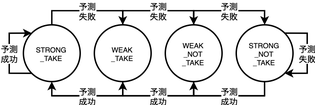
kuanyi-ng/rv32i-processor keeps this draw.io diagram as doc/latex/images/predictor-state-transition.png. Above is the earlier version. Source tidied: cells renumbered, new cells last; positions are measured from the earlier drawing's top-left corner, leaving out a move shared by most shapes. The source it was exported from:
```xml
<mxGraphModel>
  <root>
    <mxCell id="0" />
    <mxCell id="1" parent="0" />
    <mxCell id="2" value="予測&lt;br&gt;失敗" style="rounded=0;jettySize=auto;html=1;fontSize=6;startArrow=none;startFill=0;startSize=3;endSize=3;edgeStyle=orthogonalEdgeStyle;entryX=0.5;entryY=0;entryDx=0;entryDy=0;" parent="1" edge="1" source="3" target="4">
      <mxGeometry relative="1" as="geometry">
        <Array as="points">
          <mxPoint x="30" />
          <mxPoint x="80" />
        </Array>
      </mxGeometry>
    </mxCell>
    <mxCell id="3" value="STRONG&lt;br style=&quot;font-size: 5px;&quot;&gt;_TAKE" style="ellipse;whiteSpace=wrap;html=1;fontSize=5;align=center;verticalAlign=middle;" parent="1" vertex="1">
      <mxGeometry x="10" y="10" width="40" height="40" as="geometry" />
    </mxCell>
    <mxCell id="4" value="WEAK&lt;br style=&quot;font-size: 5px;&quot;&gt;_TAKE" style="ellipse;whiteSpace=wrap;html=1;fontSize=5;align=center;verticalAlign=middle;" parent="1" vertex="1">
      <mxGeometry x="60" y="10" width="40" height="40" as="geometry" />
    </mxCell>
    <mxCell id="5" value="WEAK&lt;br style=&quot;font-size: 5px;&quot;&gt;_NOT&lt;br style=&quot;font-size: 5px;&quot;&gt;_TAKE" style="ellipse;whiteSpace=wrap;html=1;fontSize=5;align=center;verticalAlign=middle;" parent="1" vertex="1">
      <mxGeometry x="110" y="10" width="40" height="40" as="geometry" />
    </mxCell>
    <mxCell id="6" value="STRONG&lt;br style=&quot;font-size: 5px;&quot;&gt;_NOT&lt;br style=&quot;font-size: 5px;&quot;&gt;_TAKE" style="ellipse;whiteSpace=wrap;html=1;fontSize=5;align=center;verticalAlign=middle;" parent="1" vertex="1">
      <mxGeometry x="160" y="10" width="40" height="40" as="geometry" />
    </mxCell>
    <mxCell id="7" value="予測&lt;br&gt;失敗" style="rounded=0;orthogonalLoop=1;jettySize=auto;html=1;fontSize=6;startArrow=none;startFill=0;startSize=3;endSize=3;exitX=1;exitY=0;exitDx=0;exitDy=0;edgeStyle=orthogonalEdgeStyle;entryX=1;entryY=1;entryDx=0;entryDy=0;" parent="1" edge="1" source="6" target="6">
      <mxGeometry relative="1" as="geometry">
        <Array as="points">
          <mxPoint x="210" y="16" />
          <mxPoint x="210" y="44" />
        </Array>
      </mxGeometry>
    </mxCell>
    <mxCell id="8" value="予測&lt;br&gt;成功" style="rounded=0;orthogonalLoop=1;jettySize=auto;html=1;fontSize=6;startArrow=none;startFill=0;startSize=3;endSize=3;exitX=0;exitY=1;exitDx=0;exitDy=0;edgeStyle=orthogonalEdgeStyle;entryX=0;entryY=0;entryDx=0;entryDy=0;" parent="1" edge="1" source="3" target="3">
      <mxGeometry relative="1" as="geometry">
        <Array as="points">
          <mxPoint y="44" />
          <mxPoint y="16" />
        </Array>
      </mxGeometry>
    </mxCell>
    <mxCell id="9" value="予測&lt;br&gt;失敗" style="rounded=0;jettySize=auto;html=1;fontSize=6;startArrow=none;startFill=0;startSize=3;endSize=3;edgeStyle=orthogonalEdgeStyle;entryX=0.5;entryY=0;entryDx=0;entryDy=0;exitX=0.5;exitY=0;exitDx=0;exitDy=0;" parent="1" edge="1" source="4" target="5">
      <mxGeometry relative="1" as="geometry">
        <Array as="points">
          <mxPoint x="80" />
          <mxPoint x="130" />
        </Array>
      </mxGeometry>
    </mxCell>
    <mxCell id="10" value="予測&lt;br&gt;失敗" style="rounded=0;jettySize=auto;html=1;fontSize=6;startArrow=none;startFill=0;startSize=3;endSize=3;edgeStyle=orthogonalEdgeStyle;entryX=0.5;entryY=0;entryDx=0;entryDy=0;exitX=0.5;exitY=0;exitDx=0;exitDy=0;" parent="1" edge="1" source="5" target="6">
      <mxGeometry relative="1" as="geometry">
        <Array as="points">
          <mxPoint x="130" />
          <mxPoint x="180" />
        </Array>
      </mxGeometry>
    </mxCell>
    <mxCell id="11" value="予測&lt;br&gt;成功" style="rounded=0;jettySize=auto;html=1;fontSize=6;startArrow=none;startFill=0;startSize=3;endSize=3;edgeStyle=orthogonalEdgeStyle;entryX=0.5;entryY=1;entryDx=0;entryDy=0;exitX=0.5;exitY=1;exitDx=0;exitDy=0;" parent="1" edge="1" source="6" target="5">
      <mxGeometry relative="1" as="geometry">
        <Array as="points">
          <mxPoint x="180" y="60" />
          <mxPoint x="130" y="60" />
        </Array>
      </mxGeometry>
    </mxCell>
    <mxCell id="12" value="予測&lt;br&gt;成功" style="rounded=0;jettySize=auto;html=1;fontSize=6;startArrow=none;startFill=0;startSize=3;endSize=3;edgeStyle=orthogonalEdgeStyle;entryX=0.5;entryY=1;entryDx=0;entryDy=0;exitX=0.5;exitY=1;exitDx=0;exitDy=0;" parent="1" edge="1" source="5" target="4">
      <mxGeometry relative="1" as="geometry">
        <Array as="points">
          <mxPoint x="130" y="60" />
          <mxPoint x="80" y="60" />
        </Array>
      </mxGeometry>
    </mxCell>
    <mxCell id="13" value="予測&lt;br&gt;成功" style="rounded=0;jettySize=auto;html=1;fontSize=6;startArrow=none;startFill=0;startSize=3;endSize=3;edgeStyle=orthogonalEdgeStyle;entryX=0.5;entryY=1;entryDx=0;entryDy=0;exitX=0.5;exitY=1;exitDx=0;exitDy=0;" parent="1" edge="1" source="4">
      <mxGeometry relative="1" as="geometry">
        <mxPoint x="30" y="50" as="targetPoint" />
        <Array as="points">
          <mxPoint x="80" y="60" />
          <mxPoint x="30" y="60" />
        </Array>
      </mxGeometry>
    </mxCell>
  </root>
</mxGraphModel>
```
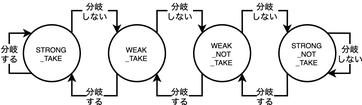
The same diagram one commit later.

Commit message:
correct predictor state trasition diagram

What changed in the source:
```diff
@@ -2,80 +2,79 @@
   <root>
     <mxCell id="0" />
     <mxCell id="1" parent="0" />
-    <mxCell id="2" value="予測&lt;br&gt;失敗" style="rounded=0;jettySize=auto;html=1;fontSize=6;startArrow=none;startFill=0;startSize=3;endSize=3;edgeStyle=orthogonalEdgeStyle;entryX=0.5;entryY=0;entryDx=0;entryDy=0;" parent="1" edge="1" source="3" target="4">
+    <mxCell id="2" value="分岐&lt;br&gt;しない" style="rounded=0;jettySize=auto;html=1;fontSize=6;startArrow=none;startFill=0;startSize=3;endSize=3;edgeStyle=orthogonalEdgeStyle;entryX=0;entryY=0;entryDx=0;entryDy=0;exitX=1;exitY=0;exitDx=0;exitDy=0;" parent="1" edge="1" source="3" target="4">
       <mxGeometry relative="1" as="geometry">
         <Array as="points">
-          <mxPoint x="30" />
-          <mxPoint x="80" />
+          <mxPoint x="24" />
+          <mxPoint x="56" />
         </Array>
       </mxGeometry>
     </mxCell>
     <mxCell id="3" value="STRONG&lt;br style=&quot;font-size: 5px;&quot;&gt;_TAKE" style="ellipse;whiteSpace=wrap;html=1;fontSize=5;align=center;verticalAlign=middle;" parent="1" vertex="1">
-      <mxGeometry x="10" y="10" width="40" height="40" as="geometry" />
+      <mxGeometry x="-10" y="10" width="40" height="40" as="geometry" />
     </mxCell>
     <mxCell id="4" value="WEAK&lt;br style=&quot;font-size: 5px;&quot;&gt;_TAKE" style="ellipse;whiteSpace=wrap;html=1;fontSize=5;align=center;verticalAlign=middle;" parent="1" vertex="1">
-      <mxGeometry x="60" y="10" width="40" height="40" as="geometry" />
+      <mxGeometry x="50" y="10" width="40" height="40" as="geometry" />
     </mxCell>
     <mxCell id="5" value="WEAK&lt;br style=&quot;font-size: 5px;&quot;&gt;_NOT&lt;br style=&quot;font-size: 5px;&quot;&gt;_TAKE" style="ellipse;whiteSpace=wrap;html=1;fontSize=5;align=center;verticalAlign=middle;" parent="1" vertex="1">
       <mxGeometry x="110" y="10" width="40" height="40" as="geometry" />
     </mxCell>
     <mxCell id="6" value="STRONG&lt;br style=&quot;font-size: 5px;&quot;&gt;_NOT&lt;br style=&quot;font-size: 5px;&quot;&gt;_TAKE" style="ellipse;whiteSpace=wrap;html=1;fontSize=5;align=center;verticalAlign=middle;" parent="1" vertex="1">
-      <mxGeometry x="160" y="10" width="40" height="40" as="geometry" />
+      <mxGeometry x="170" y="10" width="40" height="40" as="geometry" />
     </mxCell>
-    <mxCell id="7" value="予測&lt;br&gt;失敗" style="rounded=0;orthogonalLoop=1;jettySize=auto;html=1;fontSize=6;startArrow=none;startFill=0;startSize=3;endSize=3;exitX=1;exitY=0;exitDx=0;exitDy=0;edgeStyle=orthogonalEdgeStyle;entryX=1;entryY=1;entryDx=0;entryDy=0;" parent="1" edge="1" source="6" target="6">
+    <mxCell id="7" value="分岐&lt;br&gt;しない" style="rounded=0;orthogonalLoop=1;jettySize=auto;html=1;fontSize=6;startArrow=none;startFill=0;startSize=3;endSize=3;exitX=1;exitY=0;exitDx=0;exitDy=0;edgeStyle=orthogonalEdgeStyle;entryX=1;entryY=1;entryDx=0;entryDy=0;" parent="1" edge="1" source="6" target="6">
       <mxGeometry relative="1" as="geometry">
         <Array as="points">
-          <mxPoint x="210" y="16" />
-          <mxPoint x="210" y="44" />
+          <mxPoint x="220" y="16" />
+          <mxPoint x="220" y="44" />
         </Array>
       </mxGeometry>
     </mxCell>
-    <mxCell id="8" value="予測&lt;br&gt;成功" style="rounded=0;orthogonalLoop=1;jettySize=auto;html=1;fontSize=6;startArrow=none;startFill=0;startSize=3;endSize=3;exitX=0;exitY=1;exitDx=0;exitDy=0;edgeStyle=orthogonalEdgeStyle;entryX=0;entryY=0;entryDx=0;entryDy=0;" parent="1" edge="1" source="3" target="3">
+    <mxCell id="8" value="分岐&lt;br&gt;する" style="rounded=0;orthogonalLoop=1;jettySize=auto;html=1;fontSize=6;startArrow=none;startFill=0;startSize=3;endSize=3;exitX=0;exitY=1;exitDx=0;exitDy=0;edgeStyle=orthogonalEdgeStyle;entryX=0;entryY=0;entryDx=0;entryDy=0;" parent="1" edge="1" source="3" target="3">
       <mxGeometry relative="1" as="geometry">
         <Array as="points">
-          <mxPoint y="44" />
-          <mxPoint y="16" />
+          <mxPoint x="-20" y="44" />
+          <mxPoint x="-20" y="16" />
         </Array>
       </mxGeometry>
     </mxCell>
-    <mxCell id="9" value="予測&lt;br&gt;失敗" style="rounded=0;jettySize=auto;html=1;fontSize=6;startArrow=none;startFill=0;startSize=3;endSize=3;edgeStyle=orthogonalEdgeStyle;entryX=0.5;entryY=0;entryDx=0;entryDy=0;exitX=0.5;exitY=0;exitDx=0;exitDy=0;" parent="1" edge="1" source="4" target="5">
+    <mxCell id="9" value="分岐&lt;br&gt;しない" style="rounded=0;jettySize=auto;html=1;fontSize=6;startArrow=none;startFill=0;startSize=3;endSize=3;edgeStyle=orthogonalEdgeStyle;entryX=0;entryY=0;entryDx=0;entryDy=0;exitX=1;exitY=0;exitDx=0;exitDy=0;" parent="1" edge="1" source="4" target="5">
       <mxGeometry relative="1" as="geometry">
         <Array as="points">
-          <mxPoint x="80" />
-          <mxPoint x="130" />
+          <mxPoint x="84" />
+          <mxPoint x="116" />
         </Array>
       </mxGeometry>
     </mxCell>
-    <mxCell id="10" value="予測&lt;br&gt;失敗" style="rounded=0;jettySize=auto;html=1;fontSize=6;startArrow=none;startFill=0;startSize=3;endSize=3;edgeStyle=orthogonalEdgeStyle;entryX=0.5;entryY=0;entryDx=0;entryDy=0;exitX=0.5;exitY=0;exitDx=0;exitDy=0;" parent="1" edge="1" source="5" target="6">
+    <mxCell id="10" value="分岐&lt;br&gt;しない" style="rounded=0;jettySize=auto;html=1;fontSize=6;startArrow=none;startFill=0;startSize=3;endSize=3;edgeStyle=orthogonalEdgeStyle;entryX=0;entryY=0;entryDx=0;entryDy=0;exitX=1;exitY=0;exitDx=0;exitDy=0;" parent="1" edge="1" source="5" target="6">
       <mxGeometry relative="1" as="geometry">
         <Array as="points">
-          <mxPoint x="130" />
-          <mxPoint x="180" />
+          <mxPoint x="144" />
+          <mxPoint x="176" />
         </Array>
       </mxGeometry>
     </mxCell>
-    <mxCell id="11" value="予測&lt;br&gt;成功" style="rounded=0;jettySize=auto;html=1;fontSize=6;startArrow=none;startFill=0;startSize=3;endSize=3;edgeStyle=orthogonalEdgeStyle;entryX=0.5;entryY=1;entryDx=0;entryDy=0;exitX=0.5;exitY=1;exitDx=0;exitDy=0;" parent="1" edge="1" source="6" target="5">
+    <mxCell id="11" value="分岐&lt;br&gt;する" style="rounded=0;jettySize=auto;html=1;fontSize=6;startArrow=none;startFill=0;startSize=3;endSize=3;edgeStyle=orthogonalEdgeStyle;entryX=1;entryY=1;entryDx=0;entryDy=0;exitX=0;exitY=1;exitDx=0;exitDy=0;" parent="1" edge="1" source="6" target="5">
       <mxGeometry relative="1" as="geometry">
         <Array as="points">
-          <mxPoint x="180" y="60" />
-          <mxPoint x="130" y="60" />
+          <mxPoint x="176" y="60" />
+          <mxPoint x="144" y="60" />
         </Array>
       </mxGeometry>
     </mxCell>
-    <mxCell id="12" value="予測&lt;br&gt;成功" style="rounded=0;jettySize=auto;html=1;fontSize=6;startArrow=none;startFill=0;startSize=3;endSize=3;edgeStyle=orthogonalEdgeStyle;entryX=0.5;entryY=1;entryDx=0;entryDy=0;exitX=0.5;exitY=1;exitDx=0;exitDy=0;" parent="1" edge="1" source="5" target="4">
+    <mxCell id="12" value="分岐&lt;br&gt;する" style="rounded=0;jettySize=auto;html=1;fontSize=6;startArrow=none;startFill=0;startSize=3;endSize=3;edgeStyle=orthogonalEdgeStyle;entryX=1;entryY=1;entryDx=0;entryDy=0;exitX=0;exitY=1;exitDx=0;exitDy=0;" parent="1" edge="1" source="5" target="4">
       <mxGeometry relative="1" as="geometry">
         <Array as="points">
-          <mxPoint x="130" y="60" />
-          <mxPoint x="80" y="60" />
+          <mxPoint x="116" y="60" />
+          <mxPoint x="84" y="60" />
         </Array>
       </mxGeometry>
     </mxCell>
-    <mxCell id="13" value="予測&lt;br&gt;成功" style="rounded=0;jettySize=auto;html=1;fontSize=6;startArrow=none;startFill=0;startSize=3;endSize=3;edgeStyle=orthogonalEdgeStyle;entryX=0.5;entryY=1;entryDx=0;entryDy=0;exitX=0.5;exitY=1;exitDx=0;exitDy=0;" parent="1" edge="1" source="4">
+    <mxCell id="13" value="分岐&lt;br&gt;する" style="rounded=0;jettySize=auto;html=1;fontSize=6;startArrow=none;startFill=0;startSize=3;endSize=3;edgeStyle=orthogonalEdgeStyle;entryX=1;entryY=1;entryDx=0;entryDy=0;exitX=0;exitY=1;exitDx=0;exitDy=0;" parent="1" edge="1" source="4" target="3">
       <mxGeometry relative="1" as="geometry">
-        <mxPoint x="30" y="50" as="targetPoint" />
         <Array as="points">
-          <mxPoint x="80" y="60" />
-          <mxPoint x="30" y="60" />
+          <mxPoint x="56" y="60" />
+          <mxPoint x="24" y="60" />
         </Array>
       </mxGeometry>
     </mxCell>
```
